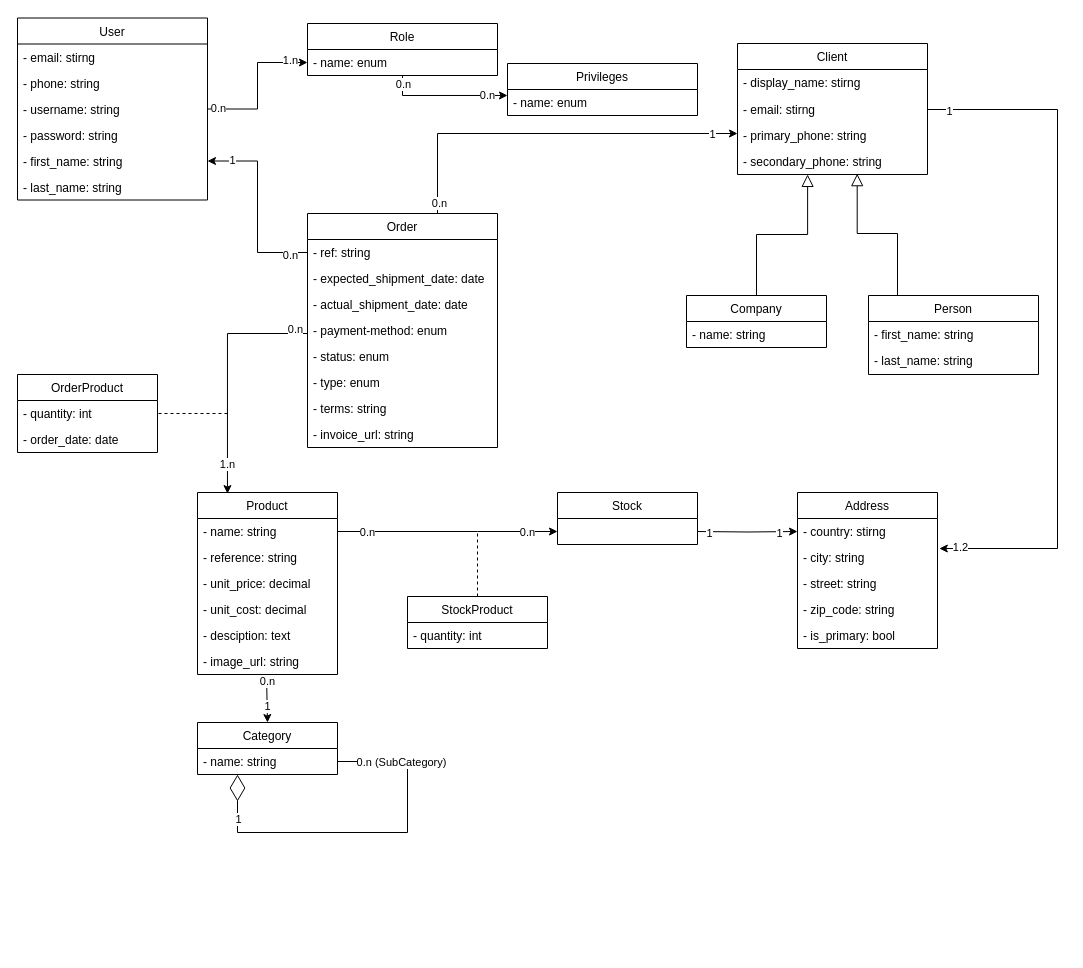
The draw.io diagram class-diag.drawio in neeejm/inventory-management-system, before the edit. Source tidied: cells renumbered, new cells numbered last; positions are measured from the earlier drawing's top-left corner, leaving out a move shared by most shapes. Both pictures are drawn from the tidied source at 100%, with x=0, y=0 at pixel (17, 17).
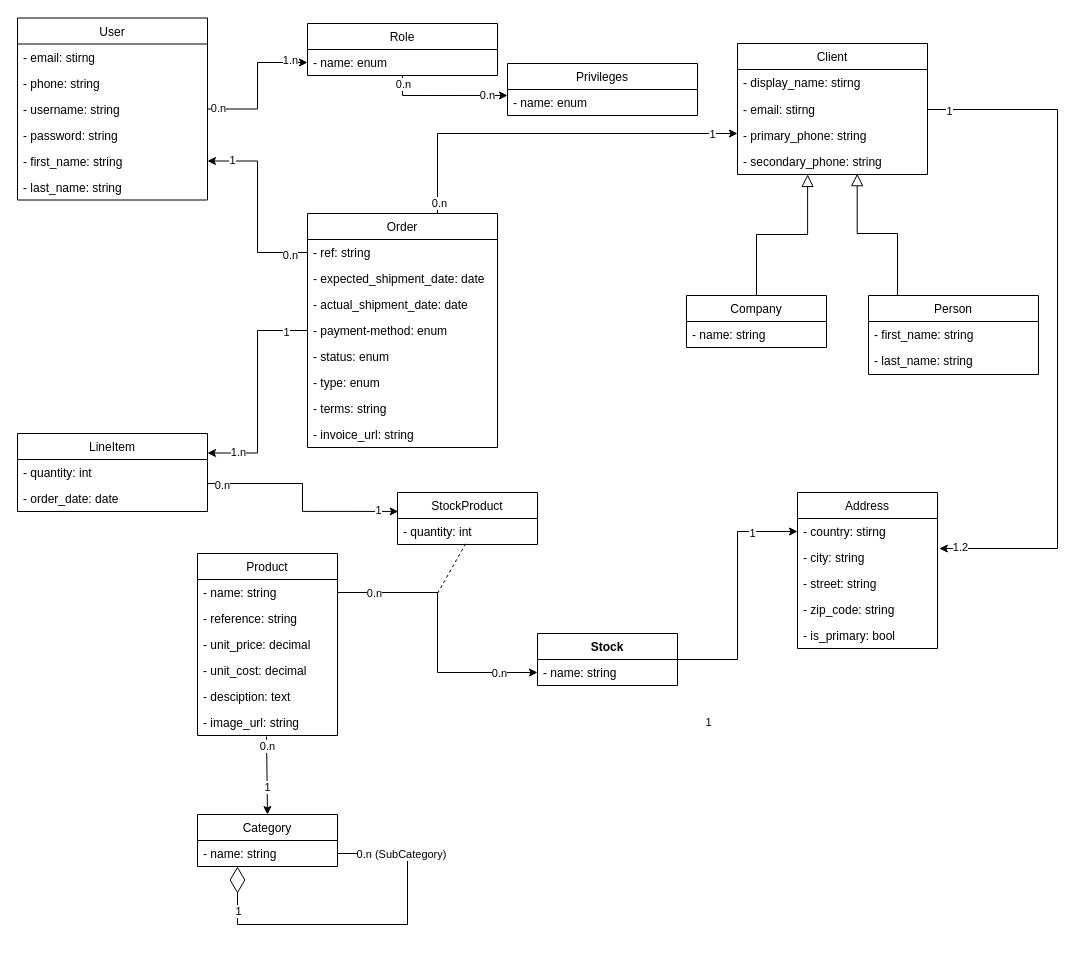
Above is the later version.

Commit message (it also covers changes not shown here):
adding lineitem instead of stockproduct

Unchanged cells that the change refers to:
```xml
<mxCell id="6" value="- name: string" style="text;strokeColor=none;fillColor=none;align=left;verticalAlign=top;spacingLeft=4;spacingRight=4;overflow=hidden;points=[[0,0.5],[1,0.5]];portConstraint=eastwest;" parent="5" vertex="1">
  <mxGeometry y="26" width="140" height="26" as="geometry" />
</mxCell>
<mxCell id="14" value="- country: stirng" style="text;strokeColor=none;fillColor=none;align=left;verticalAlign=top;spacingLeft=4;spacingRight=4;overflow=hidden;points=[[0,0.5],[1,0.5]];portConstraint=eastwest;" parent="13" vertex="1">
  <mxGeometry y="26" width="140" height="26" as="geometry" />
</mxCell>
<mxCell id="20" value="- quantity: int" style="text;strokeColor=none;fillColor=none;align=left;verticalAlign=top;spacingLeft=4;spacingRight=4;overflow=hidden;points=[[0,0.5],[1,0.5]];portConstraint=eastwest;" parent="19" vertex="1">
  <mxGeometry y="26" width="140" height="26" as="geometry" />
</mxCell>
<mxCell id="40" value="- payment-method: enum" style="text;strokeColor=none;fillColor=none;align=left;verticalAlign=top;spacingLeft=4;spacingRight=4;overflow=hidden;points=[[0,0.5],[1,0.5]];portConstraint=eastwest;" parent="36" vertex="1">
  <mxGeometry y="104" width="190" height="26" as="geometry" />
</mxCell>
```

What changed in the source:
```diff
@@
     <mxCell id="5" value="Product" style="swimlane;fontStyle=0;horizontal=1;startSize=26;fillColor=none;" parent="1" vertex="1">
-      <mxGeometry x="180" y="475" width="140" height="182" as="geometry" />
+      <mxGeometry x="180" y="536" width="140" height="182" as="geometry" />
     </mxCell>
@@
-    <mxCell id="12" value="Stock" style="swimlane;fontStyle=0;horizontal=1;startSize=26;fillColor=none;" parent="1" vertex="1">
-      <mxGeometry x="540" y="475" width="140" height="52" as="geometry" />
+    <mxCell id="12" value="Stock" style="swimlane;fontStyle=1;horizontal=1;startSize=26;fillColor=none;" parent="1" vertex="1">
+      <mxGeometry x="520" y="616" width="140" height="52" as="geometry" />
     </mxCell>
+    <mxCell id="87" value="- name: string" style="text;strokeColor=none;fillColor=none;align=left;verticalAlign=top;spacingLeft=4;spacingRight=4;overflow=hidden;" parent="12" vertex="1">
+      <mxGeometry y="26" width="140" height="26" as="geometry" />
+    </mxCell>
@@
     <mxCell id="19" value="StockProduct" style="swimlane;fontStyle=0;horizontal=1;startSize=26;fillColor=none;" parent="1" vertex="1">
-      <mxGeometry x="390" y="579" width="140" height="52" as="geometry" />
+      <mxGeometry x="380" y="475" width="140" height="52" as="geometry" />
     </mxCell>
@@
-    <mxCell id="21" style="endArrow=none;dashed=1;html=1;rounded=0;labelBackgroundColor=default;fontFamily=Helvetica;fontSize=11;fontColor=default;startSize=14;endSize=12;strokeColor=default;shape=connector;elbow=vertical;exitX=0.5;exitY=0;exitDx=0;exitDy=0;" parent="1" edge="1" source="19">
+    <mxCell id="21" style="endArrow=none;dashed=1;html=1;rounded=0;labelBackgroundColor=default;fontFamily=Helvetica;fontSize=11;fontColor=default;startSize=14;endSize=12;strokeColor=default;shape=connector;elbow=vertical;exitX=0.487;exitY=0.969;exitDx=0;exitDy=0;exitPerimeter=0;" parent="1" edge="1" source="20">
       <mxGeometry relative="1" as="geometry">
-        <mxPoint x="460" y="515" as="targetPoint" />
+        <mxPoint x="420" y="576" as="targetPoint" />
       </mxGeometry>
     </mxCell>
-    <mxCell id="22" style="edgeStyle=orthogonalEdgeStyle;rounded=0;jettySize=auto;html=1;entryX=0;entryY=0.5;entryDx=0;entryDy=0;" parent="1" edge="1" target="14">
-      <mxGeometry relative="1" as="geometry">
-        <mxPoint x="680" y="514" as="sourcePoint" />
-      </mxGeometry>
+    <mxCell id="22" style="edgeStyle=orthogonalEdgeStyle;rounded=0;jettySize=auto;html=1;entryX=0;entryY=0.5;entryDx=0;entryDy=0;exitX=1;exitY=0.5;exitDx=0;exitDy=0;" parent="1" edge="1" source="12" target="14">
+      <mxGeometry relative="1" as="geometry" />
     </mxCell>
     <mxCell id="23" value="1" style="edgeLabel;html=1;align=center;verticalAlign=middle;" parent="22" vertex="1">
-      <mxGeometry x="-0.76" y="-1" relative="1" as="geometry" />
+      <mxGeometry x="-0.76" y="-1" relative="1" as="geometry">
+        <mxPoint y="61" as="offset" />
+      </mxGeometry>
     </mxCell>
@@
     <mxCell id="25" value="Category" style="swimlane;fontStyle=0;horizontal=1;startSize=26;fillColor=none;" parent="1" vertex="1">
-      <mxGeometry x="180" y="705" width="140" height="52" as="geometry" />
+      <mxGeometry x="180" y="797" width="140" height="52" as="geometry" />
     </mxCell>
@@
-    <mxCell id="30" style="edgeStyle=orthogonalEdgeStyle;rounded=0;jettySize=auto;html=1;exitX=1;exitY=0.5;exitDx=0;exitDy=0;" parent="1" edge="1" source="6">
-      <mxGeometry relative="1" as="geometry">
-        <mxPoint x="540" y="514" as="targetPoint" />
-        <Array as="points">
-          <mxPoint x="460" y="514" />
-          <mxPoint x="460" y="514" />
-        </Array>
-      </mxGeometry>
+    <mxCell id="30" style="edgeStyle=orthogonalEdgeStyle;rounded=0;jettySize=auto;html=1;exitX=1;exitY=0.5;exitDx=0;exitDy=0;entryX=0;entryY=0.75;entryDx=0;entryDy=0;" parent="1" edge="1" source="6" target="12">
+      <mxGeometry relative="1" as="geometry" />
     </mxCell>
@@
-    <mxCell id="57" style="edgeStyle=elbowEdgeStyle;rounded=0;jettySize=auto;html=1;endArrow=classic;endFill=1;exitX=0;exitY=0.077;exitDx=0;exitDy=0;elbow=vertical;entryX=0.214;entryY=0.006;entryDx=0;entryDy=0;entryPerimeter=0;exitPerimeter=0;" parent="1" edge="1" source="40" target="5">
-      <mxGeometry relative="1" as="geometry">
-        <Array as="points">
-          <mxPoint x="260" y="316" />
-          <mxPoint x="250" y="146" />
-          <mxPoint x="291" y="326" />
-        </Array>
-      </mxGeometry>
-    </mxCell>
-    <mxCell id="58" value="0.n" style="edgeLabel;html=1;align=center;verticalAlign=middle;" parent="57" vertex="1">
-      <mxGeometry x="-0.94" y="-1" relative="1" as="geometry">
-        <mxPoint x="-12" y="1" as="offset" />
-      </mxGeometry>
-    </mxCell>
-    <mxCell id="59" value="1.n" style="edgeLabel;html=1;align=center;verticalAlign=middle;" parent="57" vertex="1">
-      <mxGeometry x="0.88" relative="1" as="geometry">
-        <mxPoint y="-14" as="offset" />
-      </mxGeometry>
-    </mxCell>
-    <mxCell id="60" value="OrderProduct" style="swimlane;fontStyle=0;horizontal=1;startSize=26;fillColor=none;" parent="1" vertex="1">
-      <mxGeometry y="357" width="140" height="78" as="geometry" />
-    </mxCell>
-    <mxCell id="61" value="- quantity: int" style="text;strokeColor=none;fillColor=none;align=left;verticalAlign=top;spacingLeft=4;spacingRight=4;overflow=hidden;points=[[0,0.5],[1,0.5]];portConstraint=eastwest;" parent="60" vertex="1">
-      <mxGeometry y="26" width="140" height="26" as="geometry" />
-    </mxCell>
-    <mxCell id="62" value="- order_date: date" style="text;strokeColor=none;fillColor=none;align=left;verticalAlign=top;spacingLeft=4;spacingRight=4;overflow=hidden;" parent="60" vertex="1">
-      <mxGeometry y="52" width="140" height="26" as="geometry" />
-    </mxCell>
-    <mxCell id="63" style="endArrow=none;dashed=1;html=1;rounded=0;labelBackgroundColor=default;fontFamily=Helvetica;fontSize=11;fontColor=default;startSize=14;endSize=12;strokeColor=default;shape=connector;elbow=vertical;entryX=1;entryY=0.5;entryDx=0;entryDy=0;" parent="1" edge="1" target="61">
-      <mxGeometry relative="1" as="geometry">
-        <mxPoint x="210" y="396" as="sourcePoint" />
-      </mxGeometry>
-    </mxCell>
@@
+    <mxCell id="88" style="edgeStyle=orthogonalEdgeStyle;rounded=0;jettySize=auto;html=1;entryX=0.005;entryY=0.364;entryDx=0;entryDy=0;entryPerimeter=0;" parent="1" edge="1" source="90" target="19">
+      <mxGeometry relative="1" as="geometry">
+        <Array as="points">
+          <mxPoint x="285" y="466" />
+          <mxPoint x="285" y="494" />
+        </Array>
+      </mxGeometry>
+    </mxCell>
+    <mxCell id="58" value="0.n" style="edgeLabel;html=1;align=center;verticalAlign=middle;" parent="88" vertex="1">
+      <mxGeometry x="-0.87" y="-1" relative="1" as="geometry" />
+    </mxCell>
+    <mxCell id="89" value="1" style="edgeLabel;html=1;align=center;verticalAlign=middle;" parent="88" vertex="1">
+      <mxGeometry x="0.81" y="1" relative="1" as="geometry" />
+    </mxCell>
+    <mxCell id="90" value="LineItem" style="swimlane;fontStyle=0;horizontal=1;startSize=26;fillColor=none;" parent="1" vertex="1">
+      <mxGeometry y="416" width="190" height="78" as="geometry" />
+    </mxCell>
+    <mxCell id="61" value="- quantity: int" style="text;strokeColor=none;fillColor=none;align=left;verticalAlign=top;spacingLeft=4;spacingRight=4;overflow=hidden;points=[[0,0.5],[1,0.5]];portConstraint=eastwest;" parent="90" vertex="1">
+      <mxGeometry y="26" width="190" height="26" as="geometry" />
+    </mxCell>
+    <mxCell id="62" value="- order_date: date" style="text;strokeColor=none;fillColor=none;align=left;verticalAlign=top;spacingLeft=4;spacingRight=4;overflow=hidden;" parent="90" vertex="1">
+      <mxGeometry y="52" width="190" height="26" as="geometry" />
+    </mxCell>
+    <mxCell id="91" style="edgeStyle=orthogonalEdgeStyle;rounded=0;jettySize=auto;html=1;entryX=1;entryY=0.25;entryDx=0;entryDy=0;" parent="1" edge="1" source="40" target="90">
+      <mxGeometry relative="1" as="geometry" />
+    </mxCell>
+    <mxCell id="59" value="1.n" style="edgeLabel;html=1;align=center;verticalAlign=middle;" parent="91" vertex="1">
+      <mxGeometry x="0.73" y="-1" relative="1" as="geometry" />
+    </mxCell>
+    <mxCell id="92" value="1" style="edgeLabel;html=1;align=center;verticalAlign=middle;" parent="91" vertex="1">
+      <mxGeometry x="-0.8" y="1" relative="1" as="geometry" />
+    </mxCell>
```
